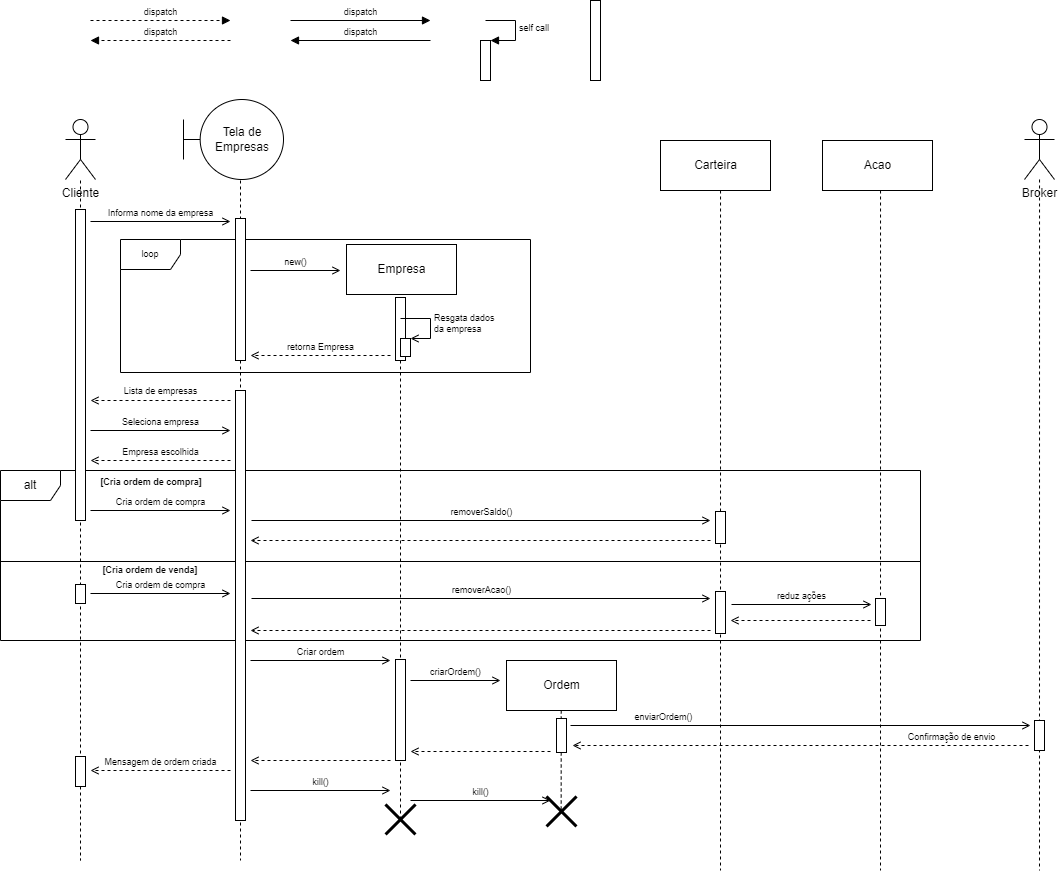
The draw.io diagram MarketDiagramasDeSequencia/MarketSequencia02.drawio.png in EijiDogen/FEI_MDSMarket, before a commit. Source tidied: cells renumbered, new cells last; positions are measured from the earlier drawing's top-left corner, leaving out a move shared by most shapes.
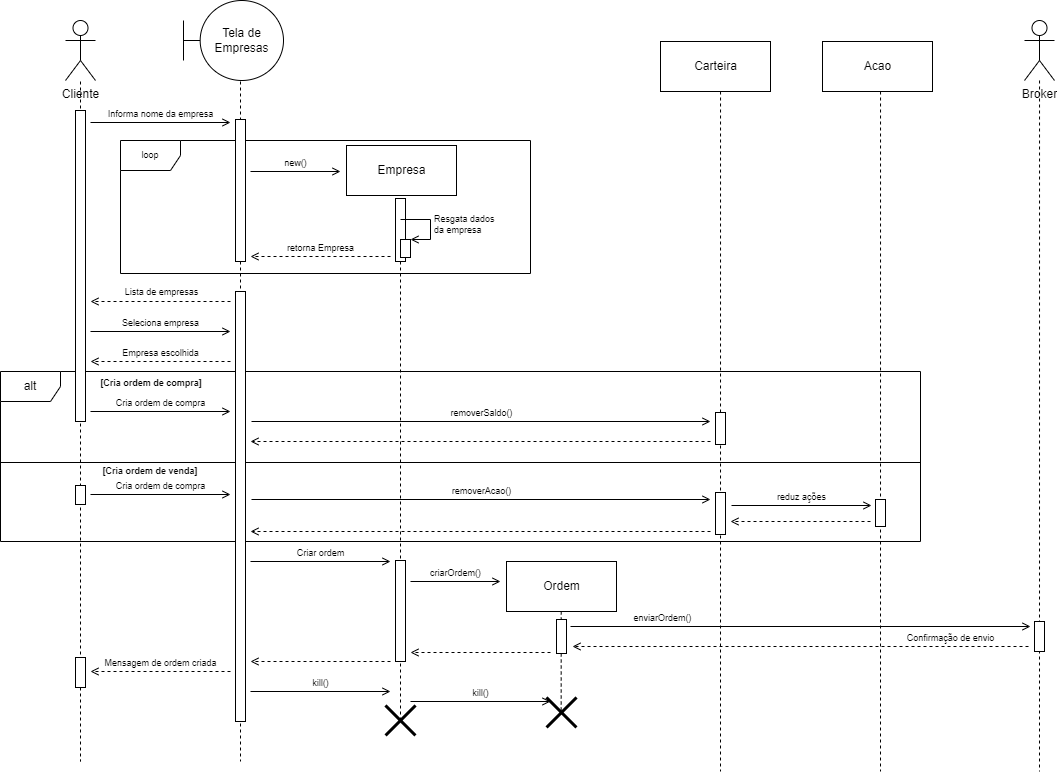
After the commit.

What changed in the source:
```diff
@@ -154,9 +154,6 @@
       </mxGeometry>
     </mxCell>
     <mxCell id="31" value="Active" parent="0" />
-    <mxCell id="32" style="html=1;perimeter=orthogonalPerimeter;fontSize=9;" parent="31" vertex="1">
-      <mxGeometry x="590" width="10" height="80" as="geometry" />
-    </mxCell>
     <mxCell id="33" style="html=1;perimeter=orthogonalPerimeter;fontSize=9;" parent="31" vertex="1">
       <mxGeometry x="75" y="209" width="10" height="311" as="geometry" />
     </mxCell>
@@ -203,41 +200,6 @@
         <mxPoint x="230" y="221" as="targetPoint" />
       </mxGeometry>
     </mxCell>
-    <mxCell id="47" value="dispatch" style="html=1;verticalAlign=bottom;endArrow=block;rounded=0;fontSize=9;" parent="45" edge="1">
-      <mxGeometry relative="1" as="geometry">
-        <mxPoint x="290" y="20" as="sourcePoint" />
-        <mxPoint x="430" y="20" as="targetPoint" />
-      </mxGeometry>
-    </mxCell>
-    <mxCell id="48" value="dispatch" style="html=1;verticalAlign=bottom;endArrow=block;rounded=0;dashed=1;fontSize=9;" parent="45" edge="1">
-      <mxGeometry relative="1" as="geometry">
-        <mxPoint x="90" y="20" as="sourcePoint" />
-        <mxPoint x="230" y="20" as="targetPoint" />
-      </mxGeometry>
-    </mxCell>
-    <mxCell id="49" value="dispatch" style="html=1;verticalAlign=bottom;endArrow=block;rounded=0;fontSize=9;" parent="45" edge="1">
-      <mxGeometry relative="1" as="geometry">
-        <mxPoint x="430" y="40" as="sourcePoint" />
-        <mxPoint x="290" y="40" as="targetPoint" />
-      </mxGeometry>
-    </mxCell>
-    <mxCell id="50" value="dispatch" style="html=1;verticalAlign=bottom;endArrow=block;rounded=0;dashed=1;fontSize=9;" parent="45" edge="1">
-      <mxGeometry relative="1" as="geometry">
-        <mxPoint x="230" y="40" as="sourcePoint" />
-        <mxPoint x="90" y="40" as="targetPoint" />
-      </mxGeometry>
-    </mxCell>
-    <mxCell id="51" style="html=1;points=[];perimeter=orthogonalPerimeter;fontSize=9;" parent="45" vertex="1">
-      <mxGeometry x="480" y="40" width="10" height="40" as="geometry" />
-    </mxCell>
-    <mxCell id="52" value="self call" style="edgeStyle=orthogonalEdgeStyle;html=1;align=left;spacingLeft=2;endArrow=block;rounded=0;entryX=1;entryY=0;fontSize=9;" parent="45" edge="1" target="51">
-      <mxGeometry relative="1" as="geometry">
-        <mxPoint x="485" y="20" as="sourcePoint" />
-        <Array as="points">
-          <mxPoint x="515" y="20" />
-        </Array>
-      </mxGeometry>
-    </mxCell>
     <mxCell id="53" value="retorna Empresa" style="html=1;verticalAlign=bottom;endArrow=open;rounded=0;fontSize=9;dashed=1;endFill=0;" parent="45" edge="1">
       <mxGeometry relative="1" as="geometry">
         <mxPoint x="390" y="355" as="sourcePoint" />
```
